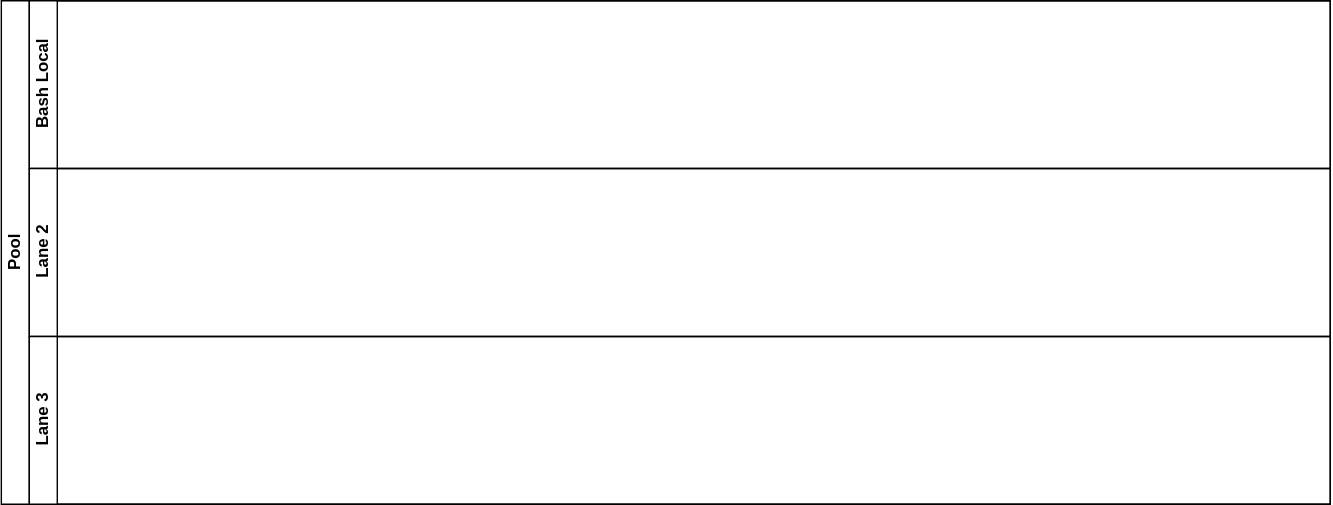
Earlier version of the draw.io export systems_analysis/eva2/crear-env-vars-gitbash-windows.drawio.svg (cdvelop/aiep). Source tidied: cells renumbered, new cells last; positions are measured from the earlier drawing's top-left corner, leaving out a move shared by most shapes. The source it was exported from:
```xml
<mxGraphModel>
  <root>
    <mxCell id="0" />
    <mxCell id="1" parent="0" />
    <mxCell id="2" value="Pool" style="swimlane;html=1;horizontal=0;startSize=20;whiteSpace=wrap;" parent="1" vertex="1">
      <mxGeometry width="950" height="360" as="geometry" />
    </mxCell>
    <mxCell id="3" value="&lt;div&gt;Bash Local&lt;/div&gt;" style="swimlane;html=1;startSize=20;horizontal=0;" parent="2" vertex="1">
      <mxGeometry x="20" width="930" height="120" as="geometry" />
    </mxCell>
    <mxCell id="4" value="Lane 2" style="swimlane;html=1;startSize=20;horizontal=0;" parent="2" vertex="1">
      <mxGeometry x="20" y="120" width="930" height="120" as="geometry" />
    </mxCell>
    <mxCell id="5" value="Lane 3" style="swimlane;html=1;startSize=20;horizontal=0;" parent="2" vertex="1">
      <mxGeometry x="20" y="240" width="930" height="120" as="geometry" />
    </mxCell>
  </root>
</mxGraphModel>
```
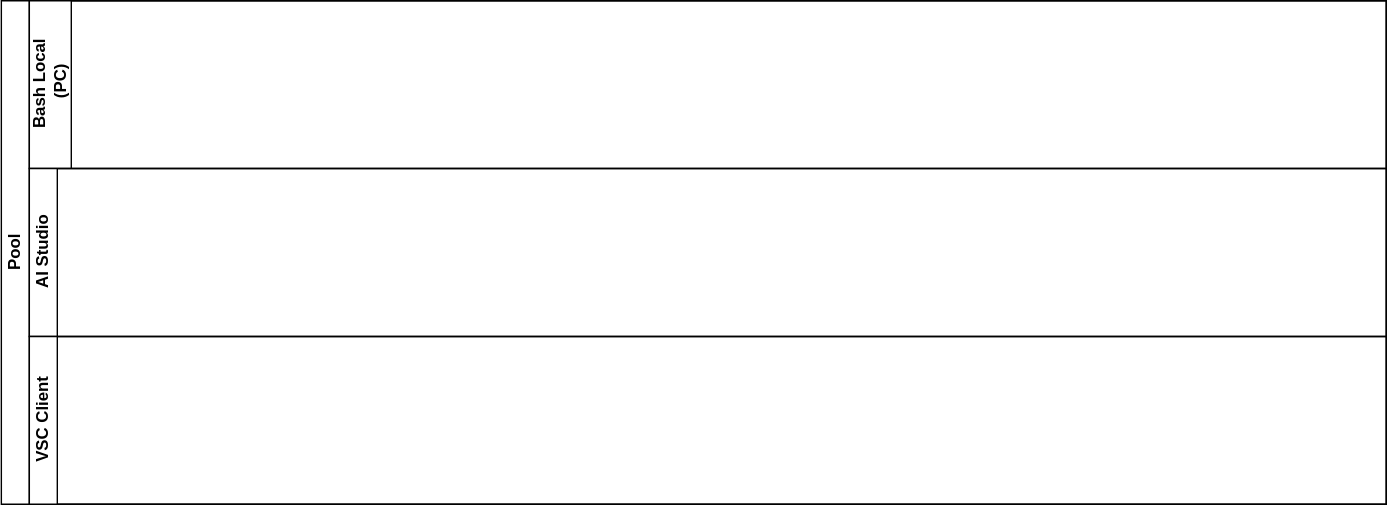
Later version of the same file.

Change to the diagram source:
```diff
@@ -3,16 +3,16 @@
     <mxCell id="0" />
     <mxCell id="1" parent="0" />
     <mxCell id="2" value="Pool" style="swimlane;html=1;horizontal=0;startSize=20;whiteSpace=wrap;" parent="1" vertex="1">
-      <mxGeometry width="950" height="360" as="geometry" />
+      <mxGeometry width="990" height="360" as="geometry" />
     </mxCell>
-    <mxCell id="3" value="&lt;div&gt;Bash Local&lt;/div&gt;" style="swimlane;html=1;startSize=20;horizontal=0;" parent="2" vertex="1">
-      <mxGeometry x="20" width="930" height="120" as="geometry" />
+    <mxCell id="3" value="&lt;div&gt;Bash Local&lt;/div&gt;&amp;nbsp;(PC)" style="swimlane;html=1;startSize=30;horizontal=0;" parent="2" vertex="1">
+      <mxGeometry x="20" width="970" height="120" as="geometry" />
     </mxCell>
-    <mxCell id="4" value="Lane 2" style="swimlane;html=1;startSize=20;horizontal=0;" parent="2" vertex="1">
-      <mxGeometry x="20" y="120" width="930" height="120" as="geometry" />
+    <mxCell id="4" value="AI Studio" style="swimlane;html=1;startSize=20;horizontal=0;" parent="2" vertex="1">
+      <mxGeometry x="20" y="120" width="970" height="120" as="geometry" />
     </mxCell>
-    <mxCell id="5" value="Lane 3" style="swimlane;html=1;startSize=20;horizontal=0;" parent="2" vertex="1">
-      <mxGeometry x="20" y="240" width="930" height="120" as="geometry" />
+    <mxCell id="5" value="VSC Client" style="swimlane;html=1;startSize=20;horizontal=0;" parent="2" vertex="1">
+      <mxGeometry x="20" y="240" width="970" height="120" as="geometry" />
     </mxCell>
   </root>
 </mxGraphModel>
```
